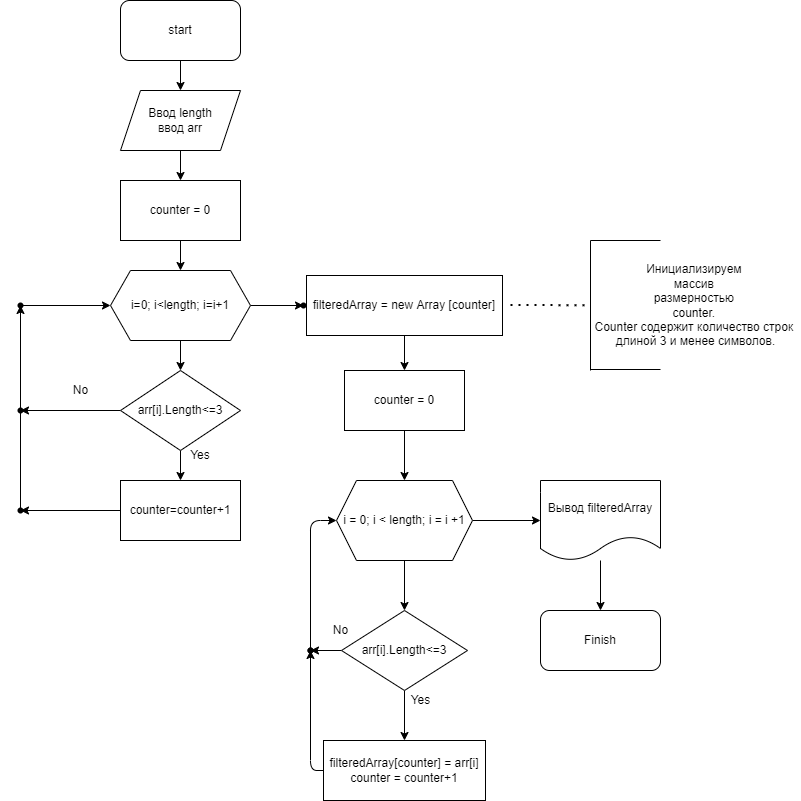
This is scheme.drawio.png from estaroverov/total, a draw.io export, as it was before one commit. Source tidied: cells renumbered, new cells last; positions are measured from the earlier drawing's top-left corner, leaving out a move shared by most shapes.
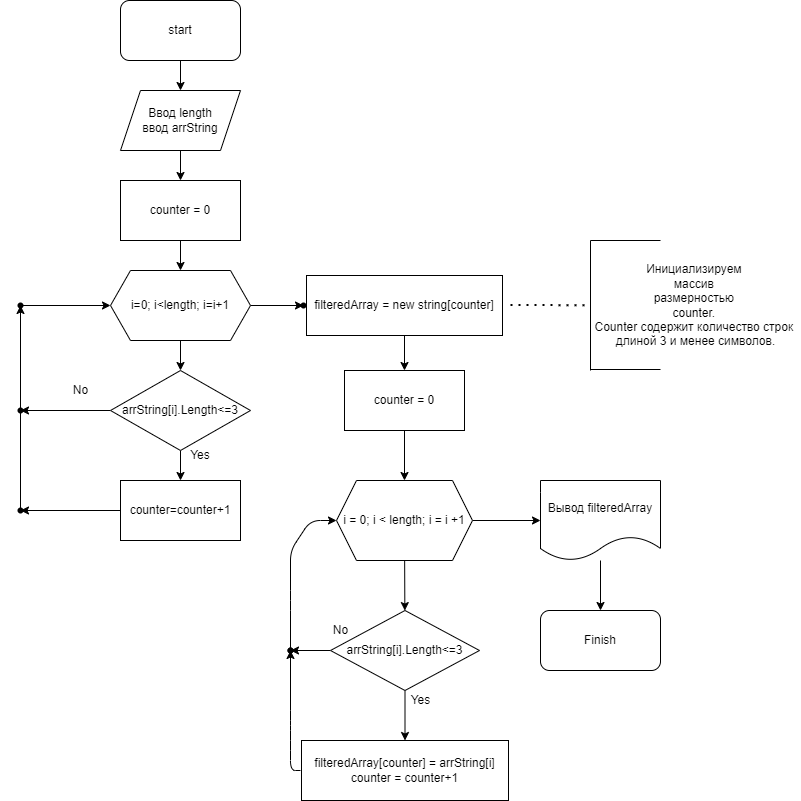
Above is the later version.

Commit message:
Написан код, внесены правки в блок-схему

The edit, as a diff of the source:
```diff
@@ -11,7 +11,7 @@
     <mxCell id="4" style="edgeStyle=none;html=1;" parent="1" edge="1" source="5" target="7">
       <mxGeometry relative="1" as="geometry" />
     </mxCell>
-    <mxCell id="5" value="Ввод length&lt;br&gt;ввод arr" style="shape=parallelogram;perimeter=parallelogramPerimeter;whiteSpace=wrap;html=1;fixedSize=1;" parent="1" vertex="1">
+    <mxCell id="5" value="Ввод length&lt;br&gt;ввод arrString" style="shape=parallelogram;perimeter=parallelogramPerimeter;whiteSpace=wrap;html=1;fixedSize=1;" parent="1" vertex="1">
       <mxGeometry x="120" y="90" width="120" height="60" as="geometry" />
     </mxCell>
     <mxCell id="6" style="edgeStyle=none;html=1;" parent="1" edge="1" source="7" target="10">
@@ -35,8 +35,8 @@
     <mxCell id="12" style="edgeStyle=none;html=1;" parent="1" edge="1" source="13" target="21">
       <mxGeometry relative="1" as="geometry" />
     </mxCell>
-    <mxCell id="13" value="arr[i].Length&amp;lt;=3" style="rhombus;whiteSpace=wrap;html=1;" parent="1" vertex="1">
-      <mxGeometry x="120" y="370" width="120" height="80" as="geometry" />
+    <mxCell id="13" value="arrString[i].Length&amp;lt;=3" style="rhombus;whiteSpace=wrap;html=1;" parent="1" vertex="1">
+      <mxGeometry x="110" y="370" width="140" height="80" as="geometry" />
     </mxCell>
     <mxCell id="14" style="edgeStyle=none;html=1;" parent="1" edge="1" source="15" target="17">
       <mxGeometry relative="1" as="geometry" />
@@ -71,7 +71,7 @@
     <mxCell id="24" style="edgeStyle=none;html=1;" parent="1" edge="1" source="25" target="27">
       <mxGeometry relative="1" as="geometry" />
     </mxCell>
-    <mxCell id="25" value="filteredArray = new Array [counter]" style="rounded=0;whiteSpace=wrap;html=1;" parent="1" vertex="1">
+    <mxCell id="25" value="filteredArray = new string[counter]" style="rounded=0;whiteSpace=wrap;html=1;" parent="1" vertex="1">
       <mxGeometry x="306" y="275" width="196" height="60" as="geometry" />
     </mxCell>
     <mxCell id="26" style="edgeStyle=none;html=1;" parent="1" edge="1" source="27" target="30">
@@ -95,31 +95,36 @@
     <mxCell id="32" style="edgeStyle=none;html=1;" parent="1" edge="1" source="33" target="37">
       <mxGeometry relative="1" as="geometry" />
     </mxCell>
-    <mxCell id="33" value="arr[i].Length&amp;lt;=3" style="rhombus;whiteSpace=wrap;html=1;" parent="1" vertex="1">
-      <mxGeometry x="341" y="610" width="126" height="80" as="geometry" />
+    <mxCell id="33" value="arrString[i].Length&amp;lt;=3" style="rhombus;whiteSpace=wrap;html=1;" parent="1" vertex="1">
+      <mxGeometry x="330" y="610" width="149" height="80" as="geometry" />
     </mxCell>
-    <mxCell id="34" style="edgeStyle=none;html=1;" parent="1" edge="1" source="35" target="38">
+    <mxCell id="34" style="edgeStyle=none;html=1;" parent="1" edge="1" target="38">
       <mxGeometry relative="1" as="geometry">
+        <mxPoint x="300" y="770" as="sourcePoint" />
         <Array as="points">
-          <mxPoint x="310" y="770" />
+          <mxPoint x="290" y="770" />
+          <mxPoint x="290" y="740" />
+          <mxPoint x="290" y="720" />
         </Array>
       </mxGeometry>
     </mxCell>
-    <mxCell id="35" value="filteredArray[counter] = arr[i]&lt;br&gt;counter = counter+1" style="whiteSpace=wrap;html=1;" parent="1" vertex="1">
-      <mxGeometry x="323" y="740" width="162" height="60" as="geometry" />
+    <mxCell id="35" value="filteredArray[counter] = arrString[i]&lt;br&gt;counter = counter+1" style="whiteSpace=wrap;html=1;" parent="1" vertex="1">
+      <mxGeometry x="301" y="740" width="207" height="60" as="geometry" />
     </mxCell>
-    <mxCell id="36" style="edgeStyle=none;html=1;" parent="1" edge="1" source="37" target="30">
+    <mxCell id="36" style="edgeStyle=none;html=1;" parent="1" edge="1" source="38" target="30">
       <mxGeometry relative="1" as="geometry">
         <Array as="points">
+          <mxPoint x="290" y="600" />
+          <mxPoint x="290" y="550" />
           <mxPoint x="310" y="520" />
         </Array>
       </mxGeometry>
     </mxCell>
     <mxCell id="37" style="shape=waypoint;sketch=0;size=6;points=[];fillColor=default;perimeter=centerPerimeter;snapToPoint=1;" parent="1" vertex="1">
-      <mxGeometry x="290" y="630" width="40" height="40" as="geometry" />
+      <mxGeometry x="270" y="630" width="40" height="40" as="geometry" />
     </mxCell>
     <mxCell id="38" style="shape=waypoint;sketch=0;size=6;points=[];fillColor=default;perimeter=centerPerimeter;snapToPoint=1;" parent="1" vertex="1">
-      <mxGeometry x="290" y="630" width="40" height="40" as="geometry" />
+      <mxGeometry x="270" y="630" width="40" height="40" as="geometry" />
     </mxCell>
     <mxCell id="39" value="No" style="text;html=1;align=center;verticalAlign=middle;strokeColor=none;fillColor=none;" parent="1" vertex="1">
       <mxGeometry x="325" y="620" width="30" height="20" as="geometry" />
```
